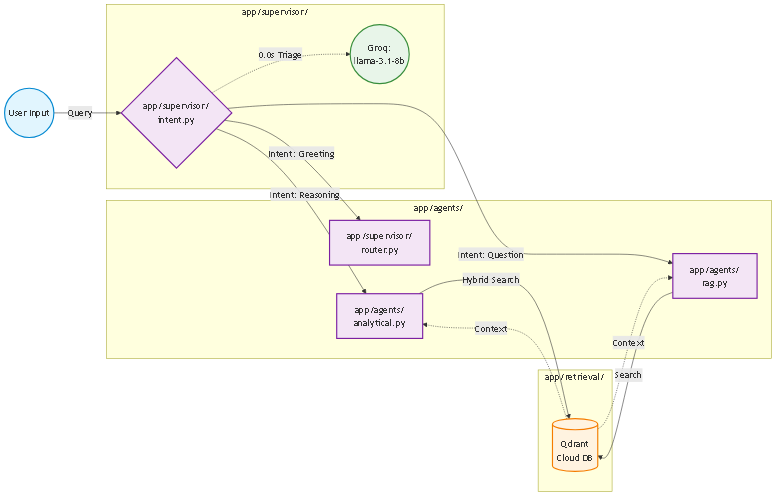
Above: assets/architecture_phase3_4.png in RoyMustang-Dev/Enterprise-RAG-Operations-Agent_Akobot (Mermaid), before the change. Its source is kept beside it as assets/architecture_phase3_4.mmd. The source it was exported from:
```mermaid
graph LR
    User((User Input))

    subgraph Orcehstrator [app/supervisor/]
        Router{app/supervisor/<br/>intent.py}
        Groq8B((Groq:<br/>llama-3.1-8b))
    end

    subgraph Phase4 [app/agents/]
        direction TB
        Space1[ ]
        Space1 ~~~ Smalltalk[app/supervisor/<br/>router.py]
        Space1 ~~~ Analytical[app/agents/<br/>analytical.py]
        RagAgent[app/agents/<br/>rag.py]
        style Space1 height:0px,width:0px,fill:none,stroke:none,color:none
    end

    subgraph Phase3 [app/retrieval/]
        direction TB
        Space2[ ]
        VectorDB[(Qdrant<br/>Cloud DB)]
        style Space2 height:0px,width:0px,fill:none,stroke:none,color:none
    end

    User -->|Query| Router
    Router -.->|0.0s Triage| Groq8B

    Router -->|Intent: Greeting| Smalltalk
    Router -->|Intent: Reasoning| Analytical
    Router -->|Intent: Question| RagAgent

    Analytical -->|Hybrid Search| VectorDB
    RagAgent -->|Search| VectorDB

    VectorDB -.->|Context| Analytical
    VectorDB -.->|Context| RagAgent

    classDef default fill:#f9f9f9,stroke:#333,stroke-width:2px;
    classDef input fill:#e1f5fe,stroke:#0288d1,stroke-width:2px;
    classDef core fill:#e8f5e9,stroke:#388e3c,stroke-width:2px;
    classDef storage fill:#fff3e0,stroke:#f57c00,stroke-width:2px;
    classDef agent fill:#f3e5f5,stroke:#7b1fa2,stroke-width:2px;

    class User input;
    class Router,Smalltalk,Analytical,RagAgent agent;
    class Groq8B core;
    class VectorDB storage;
```
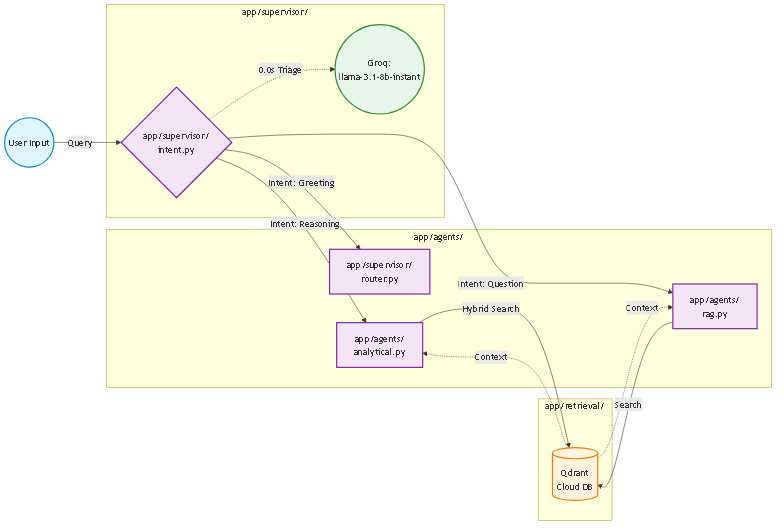
The same diagram one commit later.

What changed in the source:
```diff
@@ -3,7 +3,7 @@
 
     subgraph Orcehstrator [app/supervisor/]
         Router{app/supervisor/<br/>intent.py}
-        Groq8B((Groq:<br/>llama-3.1-8b))
+        Groq8B((Groq:<br/>llama-3.1-8b-instant))
     end
 
     subgraph Phase4 [app/agents/]
```
